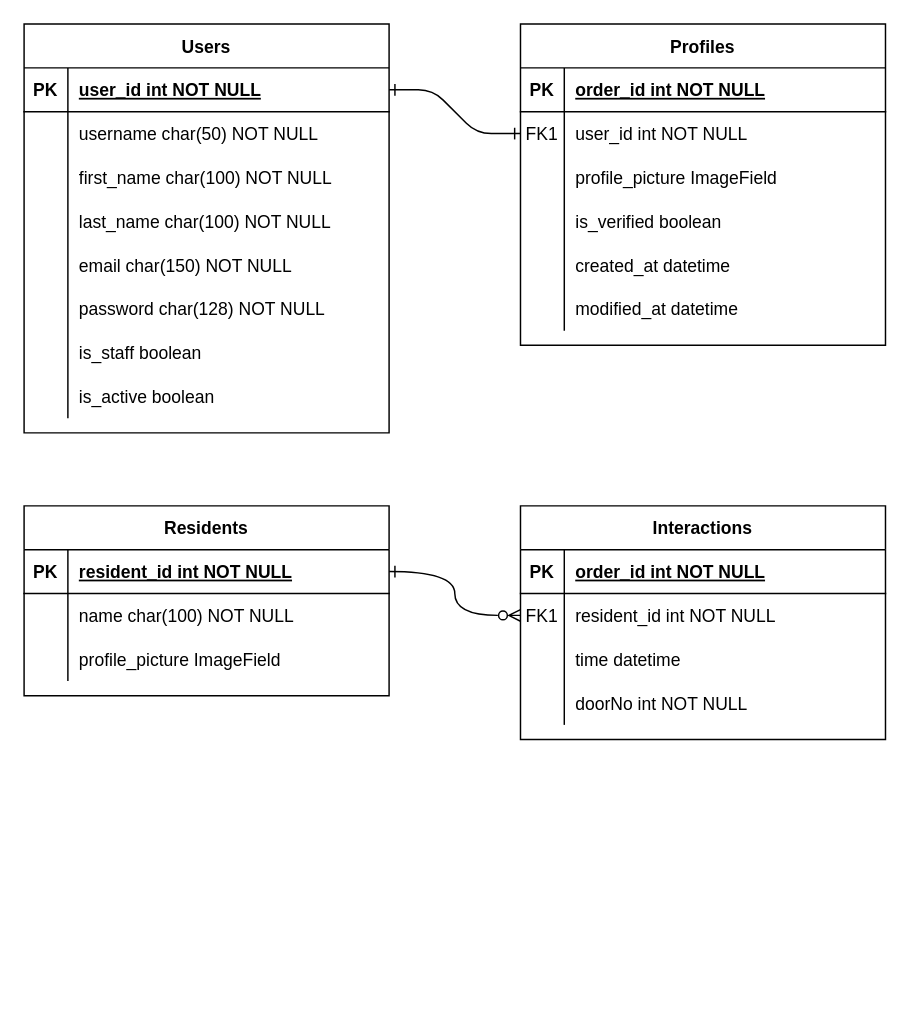
The draw.io diagram ER.drawio in Estadias-Fracc/ER, before the edit. Source tidied: cells renumbered, new cells numbered last; positions are measured from the earlier drawing's top-left corner, leaving out a move shared by most shapes. Both pictures are drawn from the tidied source at 146%, with x=0, y=0 at pixel (23, 23).
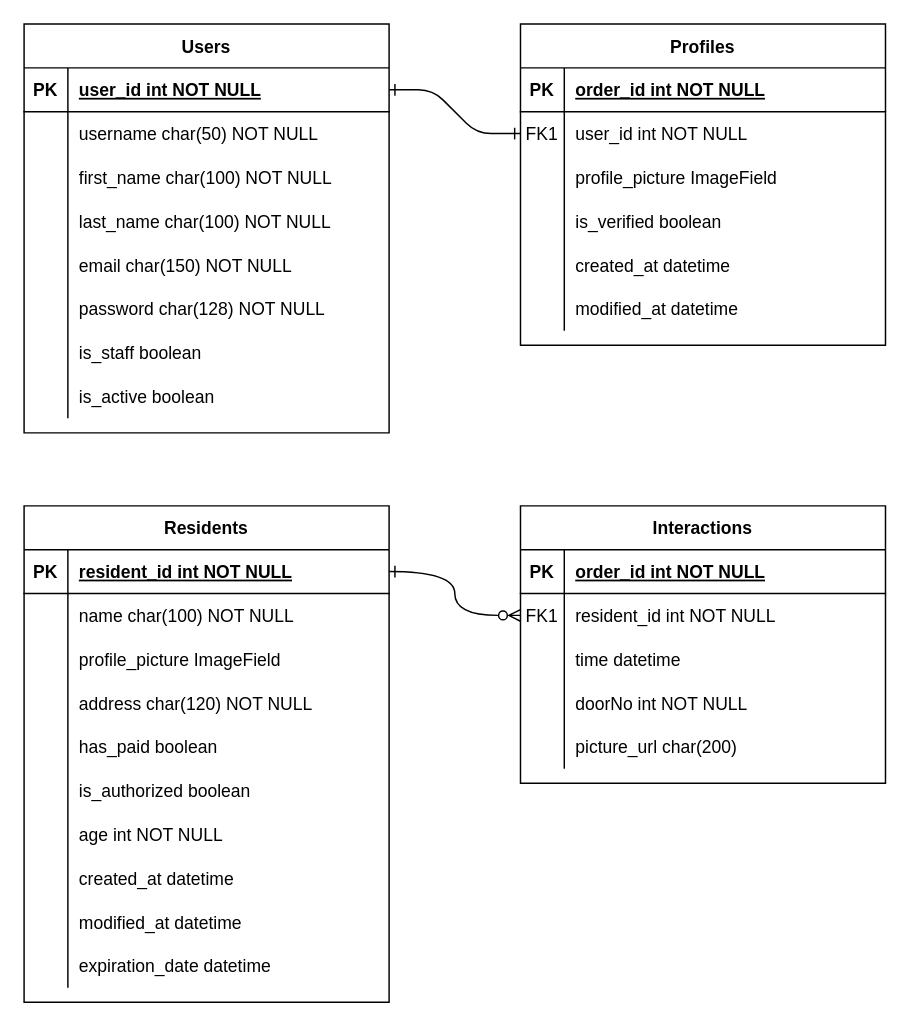
The same diagram, later.

Change to the diagram source:
```diff
@@
     <mxCell id="47" value="Residents" style="shape=table;startSize=30;childLayout=tableLayout;rowLines=0;fontStyle=1;align=center;" parent="1" vertex="1">
-      <mxGeometry y="330" width="250" height="130" as="geometry" />
+      <mxGeometry y="330" width="250" height="340" as="geometry" />
     </mxCell>
@@
+    <mxCell id="71" style="shape=partialRectangle;fillColor=none;top=0;left=0;right=0;bottom=0;" parent="47" vertex="1">
+      <mxGeometry y="120" width="250" height="30" as="geometry" />
+    </mxCell>
+    <mxCell id="72" style="shape=partialRectangle;overflow=hidden;fillColor=none;top=0;left=0;bottom=0;right=0;" parent="71" vertex="1">
+      <mxGeometry width="30" height="30" as="geometry" />
+    </mxCell>
+    <mxCell id="73" value="address char(120) NOT NULL" style="shape=partialRectangle;overflow=hidden;fillColor=none;top=0;left=0;bottom=0;right=0;align=left;spacingLeft=6;" parent="71" vertex="1">
+      <mxGeometry x="30" width="220" height="30" as="geometry" />
+    </mxCell>
+    <mxCell id="74" style="shape=partialRectangle;fillColor=none;top=0;left=0;right=0;bottom=0;" parent="47" vertex="1">
+      <mxGeometry y="150" width="250" height="30" as="geometry" />
+    </mxCell>
+    <mxCell id="75" style="shape=partialRectangle;overflow=hidden;fillColor=none;top=0;left=0;bottom=0;right=0;" parent="74" vertex="1">
+      <mxGeometry width="30" height="30" as="geometry" />
+    </mxCell>
+    <mxCell id="76" value="has_paid boolean" style="shape=partialRectangle;overflow=hidden;fillColor=none;top=0;left=0;bottom=0;right=0;align=left;spacingLeft=6;" parent="74" vertex="1">
+      <mxGeometry x="30" width="220" height="30" as="geometry" />
+    </mxCell>
+    <mxCell id="77" style="shape=partialRectangle;fillColor=none;top=0;left=0;right=0;bottom=0;" parent="47" vertex="1">
+      <mxGeometry y="180" width="250" height="30" as="geometry" />
+    </mxCell>
+    <mxCell id="78" style="shape=partialRectangle;overflow=hidden;fillColor=none;top=0;left=0;bottom=0;right=0;" parent="77" vertex="1">
+      <mxGeometry width="30" height="30" as="geometry" />
+    </mxCell>
+    <mxCell id="79" value="is_authorized boolean" style="shape=partialRectangle;overflow=hidden;fillColor=none;top=0;left=0;bottom=0;right=0;align=left;spacingLeft=6;" parent="77" vertex="1">
+      <mxGeometry x="30" width="220" height="30" as="geometry" />
+    </mxCell>
+    <mxCell id="80" style="shape=partialRectangle;fillColor=none;top=0;left=0;right=0;bottom=0;" parent="47" vertex="1">
+      <mxGeometry y="210" width="250" height="30" as="geometry" />
+    </mxCell>
+    <mxCell id="81" style="shape=partialRectangle;overflow=hidden;fillColor=none;top=0;left=0;bottom=0;right=0;" parent="80" vertex="1">
+      <mxGeometry width="30" height="30" as="geometry" />
+    </mxCell>
+    <mxCell id="82" value="age int NOT NULL" style="shape=partialRectangle;overflow=hidden;fillColor=none;top=0;left=0;bottom=0;right=0;align=left;spacingLeft=6;" parent="80" vertex="1">
+      <mxGeometry x="30" width="220" height="30" as="geometry" />
+    </mxCell>
+    <mxCell id="83" style="shape=partialRectangle;fillColor=none;top=0;left=0;right=0;bottom=0;" parent="47" vertex="1">
+      <mxGeometry y="240" width="250" height="30" as="geometry" />
+    </mxCell>
+    <mxCell id="84" style="shape=partialRectangle;overflow=hidden;fillColor=none;top=0;left=0;bottom=0;right=0;" parent="83" vertex="1">
+      <mxGeometry width="30" height="30" as="geometry" />
+    </mxCell>
+    <mxCell id="85" value="created_at datetime" style="shape=partialRectangle;overflow=hidden;fillColor=none;top=0;left=0;bottom=0;right=0;align=left;spacingLeft=6;" parent="83" vertex="1">
+      <mxGeometry x="30" width="220" height="30" as="geometry" />
+    </mxCell>
+    <mxCell id="86" style="shape=partialRectangle;fillColor=none;top=0;left=0;right=0;bottom=0;" parent="47" vertex="1">
+      <mxGeometry y="270" width="250" height="30" as="geometry" />
+    </mxCell>
+    <mxCell id="87" style="shape=partialRectangle;overflow=hidden;fillColor=none;top=0;left=0;bottom=0;right=0;" parent="86" vertex="1">
+      <mxGeometry width="30" height="30" as="geometry" />
+    </mxCell>
+    <mxCell id="88" value="modified_at datetime" style="shape=partialRectangle;overflow=hidden;fillColor=none;top=0;left=0;bottom=0;right=0;align=left;spacingLeft=6;" parent="86" vertex="1">
+      <mxGeometry x="30" width="220" height="30" as="geometry" />
+    </mxCell>
+    <mxCell id="89" style="shape=partialRectangle;fillColor=none;top=0;left=0;right=0;bottom=0;" parent="47" vertex="1">
+      <mxGeometry y="300" width="250" height="30" as="geometry" />
+    </mxCell>
+    <mxCell id="90" style="shape=partialRectangle;overflow=hidden;fillColor=none;top=0;left=0;bottom=0;right=0;" parent="89" vertex="1">
+      <mxGeometry width="30" height="30" as="geometry" />
+    </mxCell>
+    <mxCell id="91" value="expiration_date datetime" style="shape=partialRectangle;overflow=hidden;fillColor=none;top=0;left=0;bottom=0;right=0;align=left;spacingLeft=6;" parent="89" vertex="1">
+      <mxGeometry x="30" width="220" height="30" as="geometry" />
+    </mxCell>
     <mxCell id="57" value="Interactions" style="shape=table;startSize=30;childLayout=tableLayout;rowLines=0;fontStyle=1;align=center;" parent="1" vertex="1">
-      <mxGeometry x="340" y="330" width="250" height="160" as="geometry" />
+      <mxGeometry x="340" y="330" width="250" height="190" as="geometry" />
     </mxCell>
@@
+    <mxCell id="92" style="shape=partialRectangle;fillColor=none;top=0;left=0;right=0;bottom=0;" parent="57" vertex="1">
+      <mxGeometry y="150" width="250" height="30" as="geometry" />
+    </mxCell>
+    <mxCell id="93" style="shape=partialRectangle;overflow=hidden;fillColor=none;top=0;left=0;bottom=0;right=0;" parent="92" vertex="1">
+      <mxGeometry width="30" height="30" as="geometry" />
+    </mxCell>
+    <mxCell id="94" value="picture_url char(200)" style="shape=partialRectangle;overflow=hidden;fillColor=none;top=0;left=0;bottom=0;right=0;align=left;spacingLeft=6;" parent="92" vertex="1">
+      <mxGeometry x="30" width="220" height="30" as="geometry" />
+    </mxCell>
```
